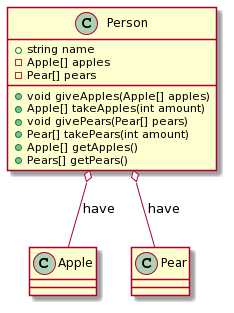
Earlier version of the PlantUML export more/uml/images/cd01.png (EgorBanin/EgorBanin.github.io).
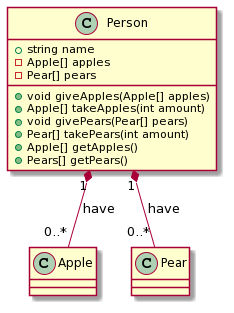
The same diagram one commit later.

Change to the diagram source:
```diff
@@ -13,6 +13,6 @@
 class Apple {}
 class Pear {}
 
-Person o-- Apple: have
-Person o-- Pear: have
+Person "1" *-- "0..*" Apple: have
+Person "1" *-- "0..*" Pear: have
 @enduml
```
